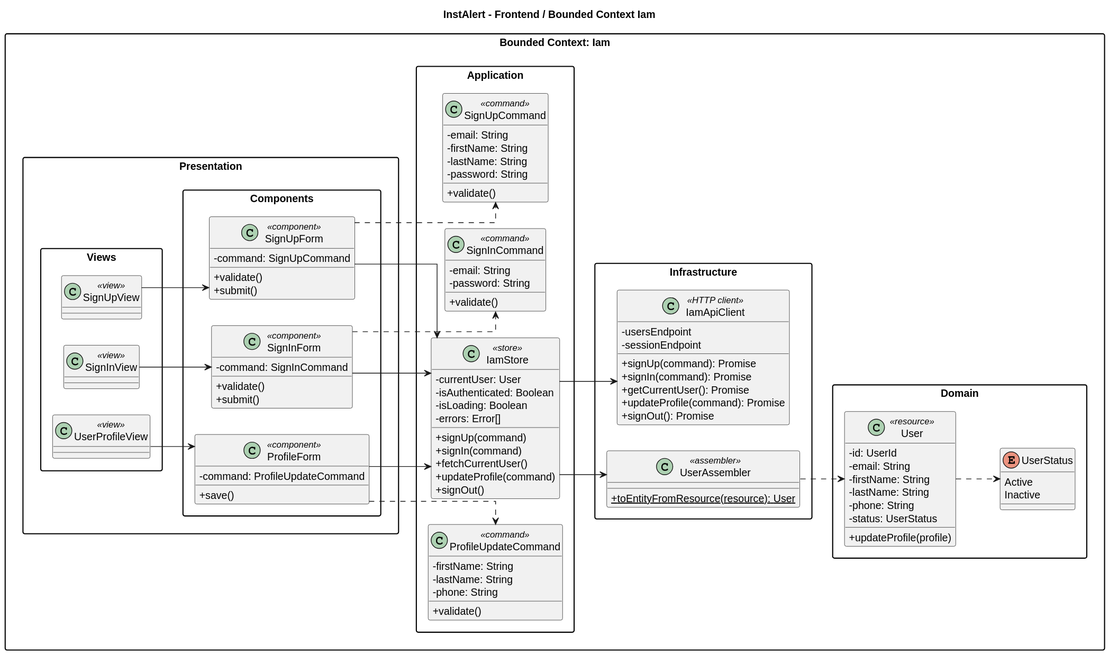
Earlier version of the PlantUML export assets/Chapter4/class-diagrams/iam.svg (LosIncreiblesCorp/losIncreibles-project-report).
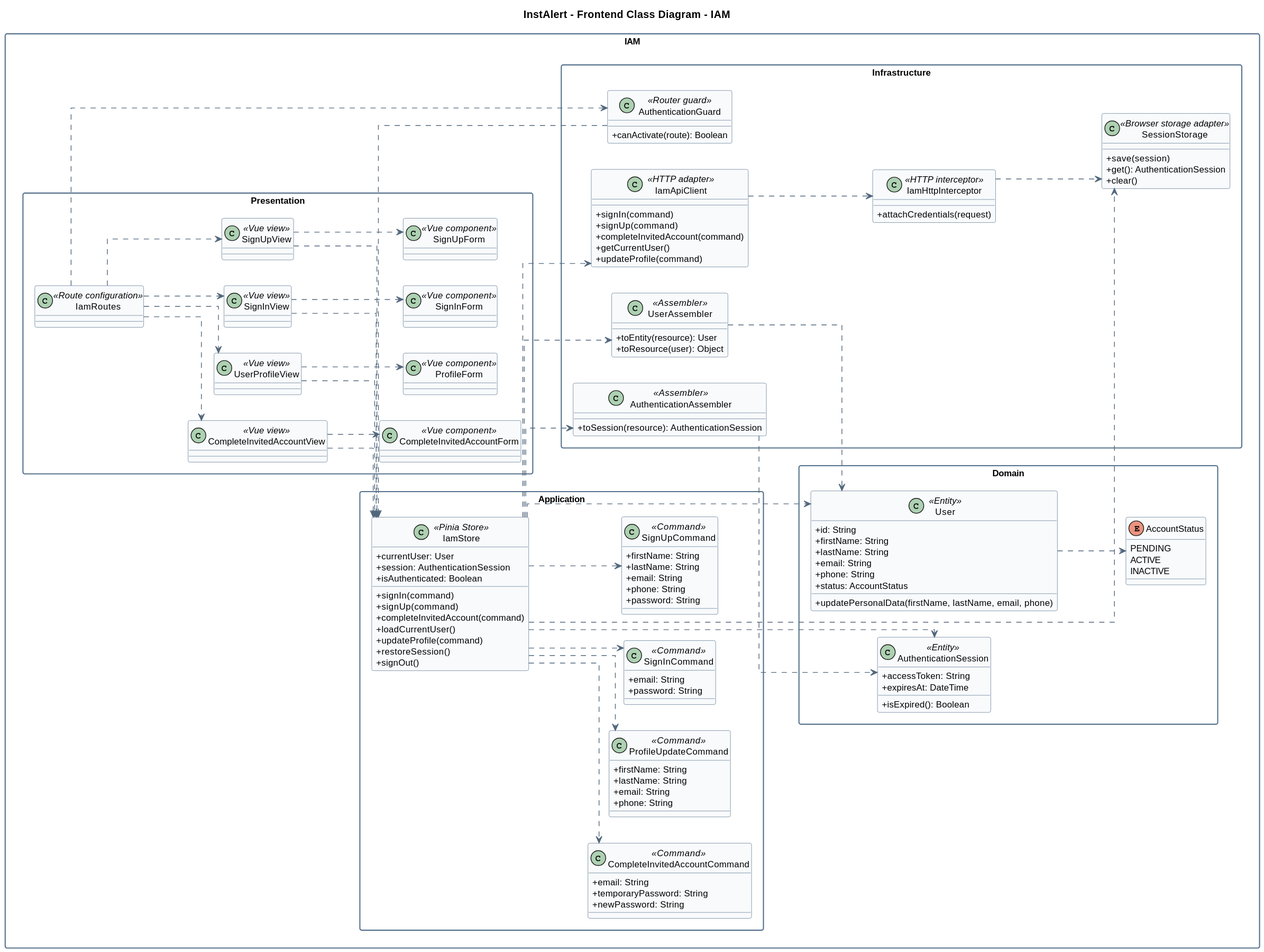
The same diagram one commit later.

Change to the diagram source:
```diff
@@ -1,111 +1,141 @@
 @startuml
-title InstAlert - Frontend / Bounded Context Iam
+title InstAlert - Frontend Class Diagram - IAM
 left to right direction
 skinparam packageStyle rectangle
 skinparam classAttributeIconSize 0
 skinparam shadowing false
 skinparam linetype ortho
+skinparam defaultFontSize 12
+skinparam packageBorderColor #55718B
+skinparam classBorderColor #58728B
+skinparam ArrowColor #52677C
+skinparam packageBackgroundColor #FFFFFF
+skinparam classBackgroundColor #F8FAFC
 
-package "Bounded Context: Iam" {
-  package "Domain" {
-    class User <<resource>> {
-      - id: UserId
-      - email: String
-      - firstName: String
-      - lastName: String
-      - phone: String
-      - status: UserStatus
-      + updateProfile(profile)
+package "IAM" as iamContext {
+  package "Domain" as iamDomain {
+    class "User" as iamUser <<Entity>> {
+      +id: String
+      +firstName: String
+      +lastName: String
+      +email: String
+      +phone: String
+      +status: AccountStatus
+      +updatePersonalData(firstName, lastName, email, phone)
     }
-    enum UserStatus {
-      Active
-      Inactive
+    enum "AccountStatus" as accountStatus {
+      PENDING
+      ACTIVE
+      INACTIVE
+    }
+    class "AuthenticationSession" as authenticationSession <<Entity>> {
+      +accessToken: String
+      +expiresAt: DateTime
+      +isExpired(): Boolean
     }
   }
-
-  package "Infrastructure" {
-    class IamApiClient <<HTTP client>> {
-      - usersEndpoint
-      - sessionEndpoint
-      + signUp(command): Promise
-      + signIn(command): Promise
-      + getCurrentUser(): Promise
-      + updateProfile(command): Promise
-      + signOut(): Promise
+  package "Application" as iamApplication {
+    class "IamStore" as iamStore <<Pinia Store>> {
+      +currentUser: User
+      +session: AuthenticationSession
+      +isAuthenticated: Boolean
+      +signIn(command)
+      +signUp(command)
+      +completeInvitedAccount(command)
+      +loadCurrentUser()
+      +updateProfile(command)
+      +restoreSession()
+      +signOut()
     }
-    class UserAssembler <<assembler>> {
-      + {static} toEntityFromResource(resource): User
+    class "SignInCommand" as signInCommand <<Command>> {
+      +email: String
+      +password: String
+    }
+    class "SignUpCommand" as signUpCommand <<Command>> {
+      +firstName: String
+      +lastName: String
+      +email: String
+      +phone: String
+      +password: String
+    }
+    class "CompleteInvitedAccountCommand" as completeInvitedAccountCommand <<Command>> {
+      +email: String
+      +temporaryPassword: String
+      +newPassword: String
+    }
+    class "ProfileUpdateCommand" as profileUpdateCommand <<Command>> {
+      +firstName: String
+      +lastName: String
+      +email: String
+      +phone: String
     }
   }
-
-  package "Application" {
-    class IamStore <<store>> {
-      - currentUser: User
-      - isAuthenticated: Boolean
-      - isLoading: Boolean
-      - errors: Error[]
-      + signUp(command)
-      + signIn(command)
-      + fetchCurrentUser()
-      + updateProfile(command)
-      + signOut()
+  package "Infrastructure" as iamInfrastructure {
+    class "IamApiClient" as iamApi <<HTTP adapter>> {
+      +signIn(command)
+      +signUp(command)
+      +completeInvitedAccount(command)
+      +getCurrentUser()
+      +updateProfile(command)
     }
-    class SignUpCommand <<command>> {
-      - email: String
-      - firstName: String
-      - lastName: String
-      - password: String
-      + validate()
+    class "UserAssembler" as userAssembler <<Assembler>> {
+      +toEntity(resource): User
+      +toResource(user): Object
     }
-    class SignInCommand <<command>> {
-      - email: String
-      - password: String
-      + validate()
+    class "AuthenticationAssembler" as authenticationAssembler <<Assembler>> {
+      +toSession(resource): AuthenticationSession
     }
-    class ProfileUpdateCommand <<command>> {
-      - firstName: String
-      - lastName: String
-      - phone: String
-      + validate()
+    class "SessionStorage" as sessionStorage <<Browser storage adapter>> {
+      +save(session)
+      +get(): AuthenticationSession
+      +clear()
+    }
+    class "IamHttpInterceptor" as iamHttpInterceptor <<HTTP interceptor>> {
+      +attachCredentials(request)
+    }
+    class "AuthenticationGuard" as authenticationGuard <<Router guard>> {
+      +canActivate(route): Boolean
     }
   }
-
-  package "Presentation" {
-    package "Components" {
-      class SignUpForm <<component>> {
-        - command: SignUpCommand
-        + validate()
-        + submit()
-      }
-      class SignInForm <<component>> {
-        - command: SignInCommand
-        + validate()
-        + submit()
-      }
-      class ProfileForm <<component>> {
-        - command: ProfileUpdateCommand
-        + save()
-      }
-    }
-    package "Views" {
-      class SignUpView <<view>>
-      class SignInView <<view>>
-      class UserProfileView <<view>>
-    }
+  package "Presentation" as iamPresentation {
+    class "IamRoutes" as iamRoutes <<Route configuration>>
+    class "SignInView" as signInView <<Vue view>>
+    class "SignUpView" as signUpView <<Vue view>>
+    class "CompleteInvitedAccountView" as completeInvitedAccountView <<Vue view>>
+    class "UserProfileView" as userProfileView <<Vue view>>
+    class "SignInForm" as signInForm <<Vue component>>
+    class "SignUpForm" as signUpForm <<Vue component>>
+    class "CompleteInvitedAccountForm" as completeInvitedAccountForm <<Vue component>>
+    class "ProfileForm" as profileForm <<Vue component>>
   }
 }
-
-SignUpView --> SignUpForm
-SignInView --> SignInForm
-UserProfileView --> ProfileForm
-SignUpForm --> IamStore
-SignInForm --> IamStore
-ProfileForm --> IamStore
-IamStore --> IamApiClient
-IamStore --> UserAssembler
-UserAssembler ..> User
-SignUpForm ..> SignUpCommand
-SignInForm ..> SignInCommand
-ProfileForm ..> ProfileUpdateCommand
-User ..> UserStatus
+iamRoutes ..> signInView
+iamRoutes ..> signUpView
+iamRoutes ..> completeInvitedAccountView
+iamRoutes ..> userProfileView
+iamRoutes ..> authenticationGuard
+signInView ..> signInForm
+signUpView ..> signUpForm
+completeInvitedAccountView ..> completeInvitedAccountForm
+userProfileView ..> profileForm
+signInView ..> iamStore
+signUpView ..> iamStore
+completeInvitedAccountView ..> iamStore
+userProfileView ..> iamStore
+iamStore ..> signInCommand
+iamStore ..> signUpCommand
+iamStore ..> completeInvitedAccountCommand
+iamStore ..> profileUpdateCommand
+iamStore ..> iamApi
+iamStore ..> userAssembler
+iamStore ..> authenticationAssembler
+iamStore ..> sessionStorage
+iamApi ..> iamHttpInterceptor
+iamHttpInterceptor ..> sessionStorage
+authenticationGuard ..> iamStore
+userAssembler ..> iamUser
+authenticationAssembler ..> authenticationSession
+iamStore ..> iamUser
+iamStore ..> authenticationSession
+iamUser ..> accountStatus
 @enduml
```
